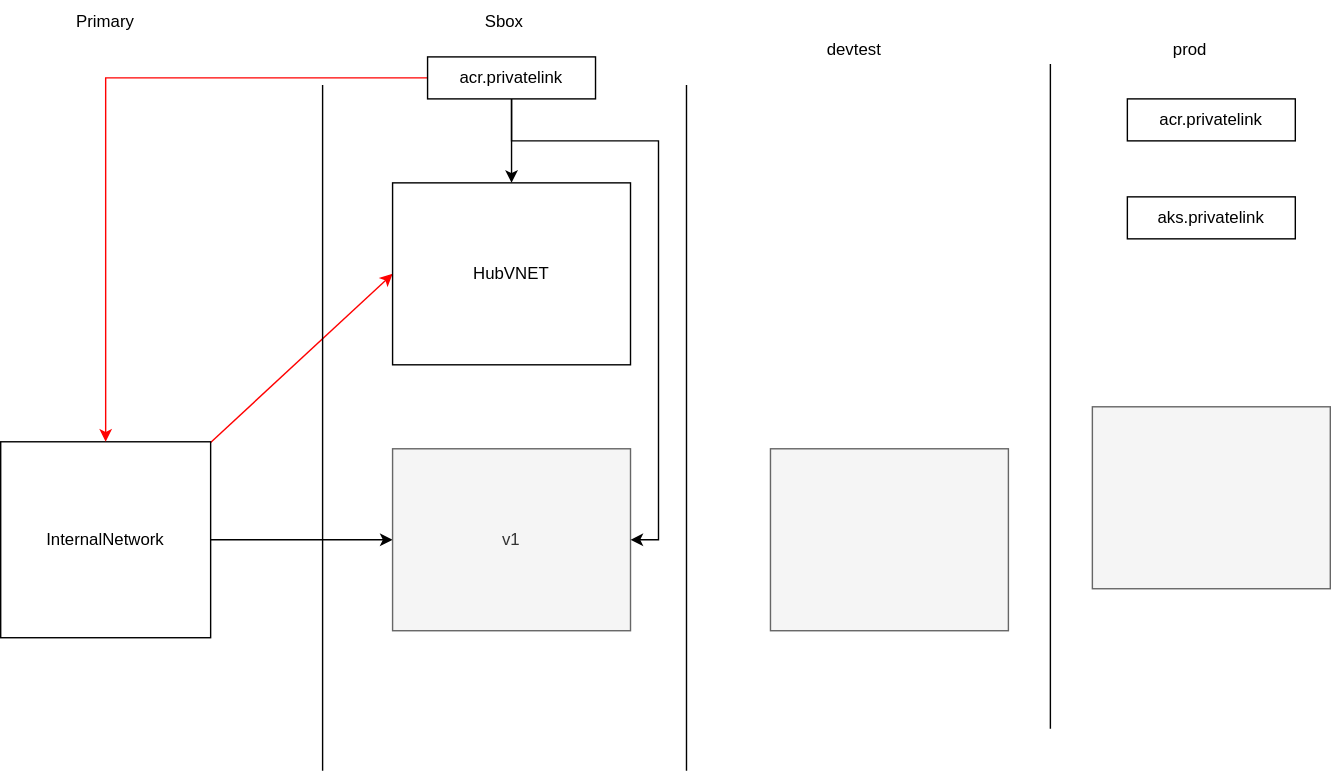
This is infra/HubSpokeLinkingBeforePalo.svg from vjavle/invoicecloud, a draw.io export, as it was before one commit. Source tidied: cells renumbered, new cells last; positions are measured from the earlier drawing's top-left corner, leaving out a move shared by most shapes.
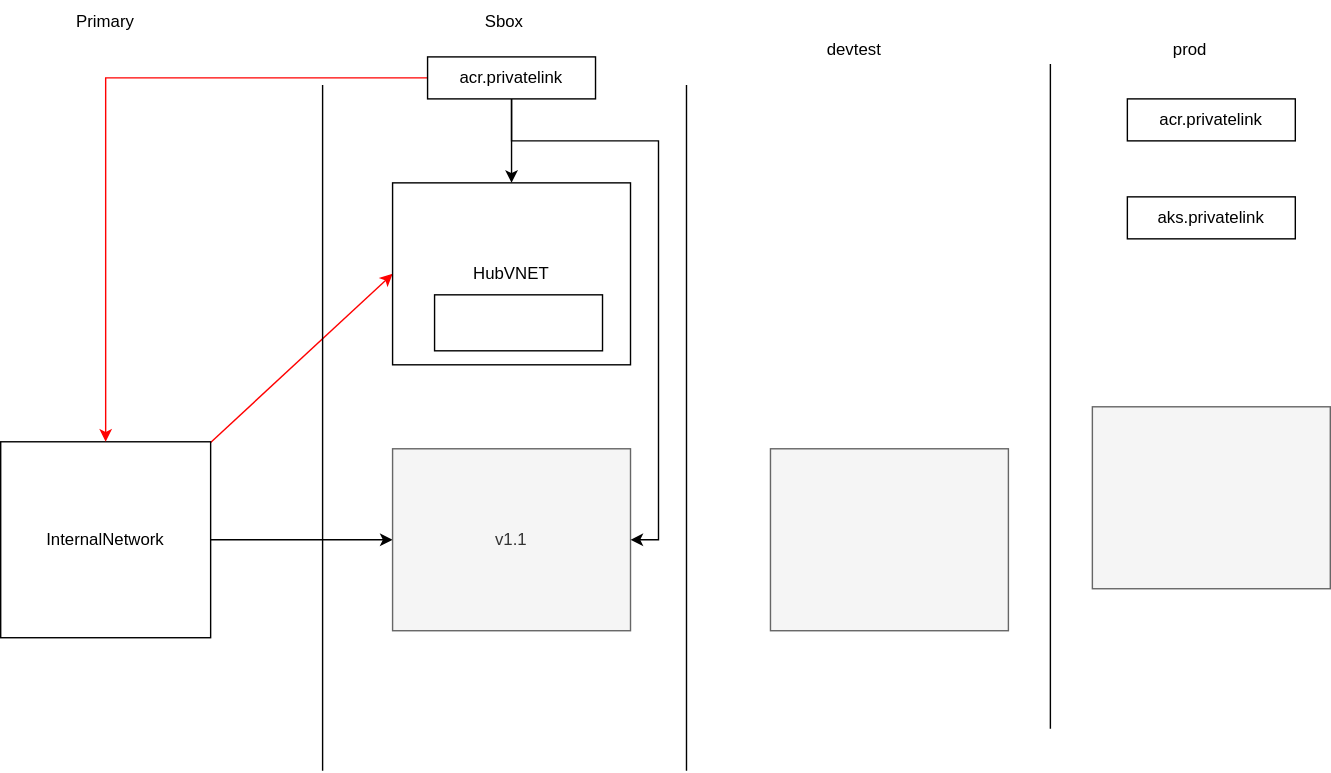
After the commit.

The edit, as a diff of the source:
```diff
@@ -11,7 +11,7 @@
     <mxCell id="4" value="InternalNetwork" style="rounded=0;whiteSpace=wrap;html=1;" parent="1" vertex="1">
       <mxGeometry y="315" width="150" height="140" as="geometry" />
     </mxCell>
-    <mxCell id="5" value="v1" style="rounded=0;whiteSpace=wrap;html=1;fillColor=#f5f5f5;fontColor=#333333;strokeColor=#666666;" parent="1" vertex="1">
+    <mxCell id="5" value="v1.1" style="rounded=0;whiteSpace=wrap;html=1;fillColor=#f5f5f5;fontColor=#333333;strokeColor=#666666;" parent="1" vertex="1">
       <mxGeometry x="280" y="320" width="170" height="130" as="geometry" />
     </mxCell>
     <mxCell id="6" style="rounded=0;whiteSpace=wrap;html=1;fillColor=#f5f5f5;fontColor=#333333;strokeColor=#666666;" parent="1" vertex="1">
@@ -77,5 +77,8 @@
     <mxCell id="21" value="aks.privatelink" style="rounded=0;whiteSpace=wrap;html=1;" parent="1" vertex="1">
       <mxGeometry x="805" y="140" width="120" height="30" as="geometry" />
     </mxCell>
+    <mxCell id="22" style="rounded=0;whiteSpace=wrap;html=1;" parent="1" vertex="1">
+      <mxGeometry x="310" y="210" width="120" height="40" as="geometry" />
+    </mxCell>
   </root>
 </mxGraphModel>
```
